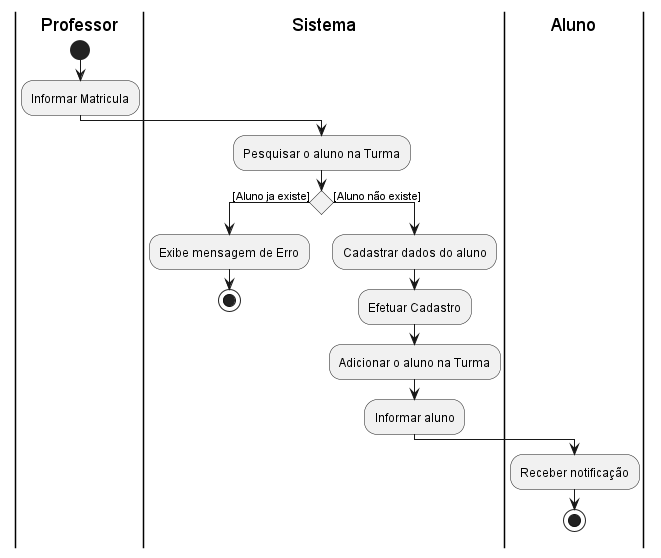
Pedro-V/projetorium keeps this PlantUML diagram as diagramas/atividades/adicionarAluno.png. Above is the earlier version. Its diagram source:
```plantuml
@startuml adicionarAluno
|Professor|
start
:Informar Matricula;
|Sistema|
:Pesquisar o aluno na Turma;
if () Then ([Aluno ja existe])
    :Exibe mensagem de Erro;
    stop
else ([Aluno não existe])
:Cadastrar dados do aluno;
:Efetuar Cadastro;
:Adicionar o aluno na Turma;
:Informar aluno;
| Aluno |
:Receber notificação;
stop
@enduml
```
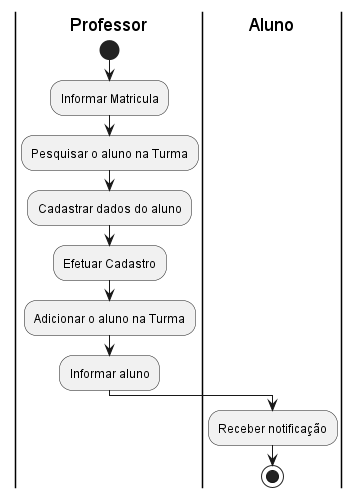
After the commit.

The edit, as a diff of the source:
```diff
@@ -2,12 +2,7 @@
 |Professor|
 start
 :Informar Matricula;
-|Sistema|
 :Pesquisar o aluno na Turma;
-if () Then ([Aluno ja existe])
-    :Exibe mensagem de Erro;
-    stop
-else ([Aluno não existe])
 :Cadastrar dados do aluno;
 :Efetuar Cadastro;
 :Adicionar o aluno na Turma;
```
